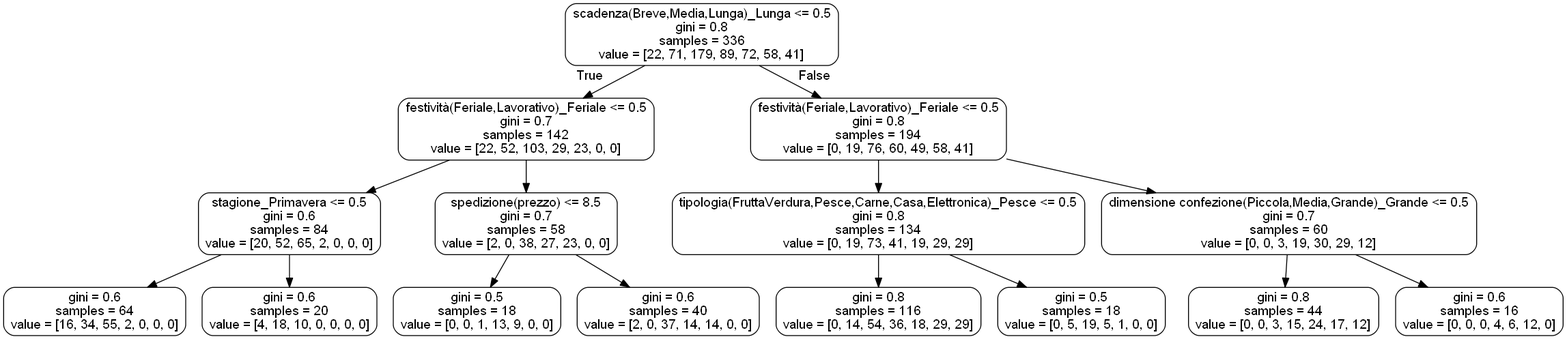
The Graphviz diagram modulo/small_tree.png in Ciro-Fusco/NewDM, before a commit. Its source is kept beside it as modulo/small_tree.dot.
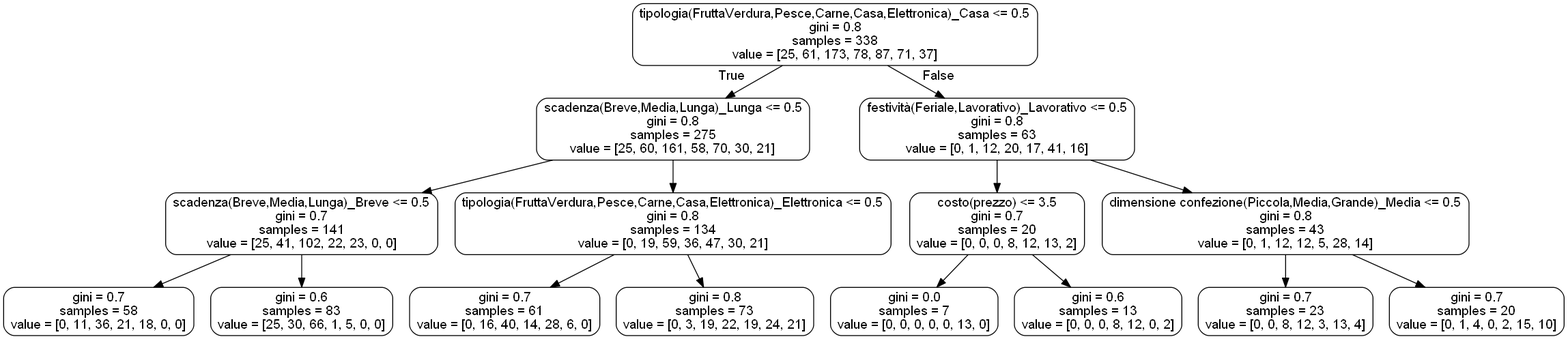
After the commit.

Change to the diagram source:
```diff
@@ -1,33 +1,33 @@
 digraph Tree {
 node [shape=box, style="rounded", color="black", fontname=helvetica] ;
 edge [fontname=helvetica] ;
-0 [label="scadenza(Breve,Media,Lunga)_Lunga <= 0.5\ngini = 0.8\nsamples = 336\nvalue = [22, 71, 179, 89, 72, 58, 41]"] ;
-1 [label="festività(Feriale,Lavorativo)_Feriale <= 0.5\ngini = 0.7\nsamples = 142\nvalue = [22, 52, 103, 29, 23, 0, 0]"] ;
+0 [label="tipologia(FruttaVerdura,Pesce,Carne,Casa,Elettronica)_Casa <= 0.5\ngini = 0.8\nsamples = 338\nvalue = [25, 61, 173, 78, 87, 71, 37]"] ;
+1 [label="scadenza(Breve,Media,Lunga)_Lunga <= 0.5\ngini = 0.8\nsamples = 275\nvalue = [25, 60, 161, 58, 70, 30, 21]"] ;
 0 -> 1 [labeldistance=2.5, labelangle=45, headlabel="True"] ;
-2 [label="stagione_Primavera <= 0.5\ngini = 0.6\nsamples = 84\nvalue = [20, 52, 65, 2, 0, 0, 0]"] ;
+2 [label="scadenza(Breve,Media,Lunga)_Breve <= 0.5\ngini = 0.7\nsamples = 141\nvalue = [25, 41, 102, 22, 23, 0, 0]"] ;
 1 -> 2 ;
-3 [label="gini = 0.6\nsamples = 64\nvalue = [16, 34, 55, 2, 0, 0, 0]"] ;
+3 [label="gini = 0.7\nsamples = 58\nvalue = [0, 11, 36, 21, 18, 0, 0]"] ;
 2 -> 3 ;
-4 [label="gini = 0.6\nsamples = 20\nvalue = [4, 18, 10, 0, 0, 0, 0]"] ;
+4 [label="gini = 0.6\nsamples = 83\nvalue = [25, 30, 66, 1, 5, 0, 0]"] ;
 2 -> 4 ;
-5 [label="spedizione(prezzo) <= 8.5\ngini = 0.7\nsamples = 58\nvalue = [2, 0, 38, 27, 23, 0, 0]"] ;
+5 [label="tipologia(FruttaVerdura,Pesce,Carne,Casa,Elettronica)_Elettronica <= 0.5\ngini = 0.8\nsamples = 134\nvalue = [0, 19, 59, 36, 47, 30, 21]"] ;
 1 -> 5 ;
-6 [label="gini = 0.5\nsamples = 18\nvalue = [0, 0, 1, 13, 9, 0, 0]"] ;
+6 [label="gini = 0.7\nsamples = 61\nvalue = [0, 16, 40, 14, 28, 6, 0]"] ;
 5 -> 6 ;
-7 [label="gini = 0.6\nsamples = 40\nvalue = [2, 0, 37, 14, 14, 0, 0]"] ;
+7 [label="gini = 0.8\nsamples = 73\nvalue = [0, 3, 19, 22, 19, 24, 21]"] ;
 5 -> 7 ;
-8 [label="festività(Feriale,Lavorativo)_Feriale <= 0.5\ngini = 0.8\nsamples = 194\nvalue = [0, 19, 76, 60, 49, 58, 41]"] ;
+8 [label="festività(Feriale,Lavorativo)_Lavorativo <= 0.5\ngini = 0.8\nsamples = 63\nvalue = [0, 1, 12, 20, 17, 41, 16]"] ;
 0 -> 8 [labeldistance=2.5, labelangle=-45, headlabel="False"] ;
-9 [label="tipologia(FruttaVerdura,Pesce,Carne,Casa,Elettronica)_Pesce <= 0.5\ngini = 0.8\nsamples = 134\nvalue = [0, 19, 73, 41, 19, 29, 29]"] ;
+9 [label="costo(prezzo) <= 3.5\ngini = 0.7\nsamples = 20\nvalue = [0, 0, 0, 8, 12, 13, 2]"] ;
 8 -> 9 ;
-10 [label="gini = 0.8\nsamples = 116\nvalue = [0, 14, 54, 36, 18, 29, 29]"] ;
+10 [label="gini = 0.0\nsamples = 7\nvalue = [0, 0, 0, 0, 0, 13, 0]"] ;
 9 -> 10 ;
-11 [label="gini = 0.5\nsamples = 18\nvalue = [0, 5, 19, 5, 1, 0, 0]"] ;
+11 [label="gini = 0.6\nsamples = 13\nvalue = [0, 0, 0, 8, 12, 0, 2]"] ;
 9 -> 11 ;
-12 [label="dimensione confezione(Piccola,Media,Grande)_Grande <= 0.5\ngini = 0.7\nsamples = 60\nvalue = [0, 0, 3, 19, 30, 29, 12]"] ;
+12 [label="dimensione confezione(Piccola,Media,Grande)_Media <= 0.5\ngini = 0.8\nsamples = 43\nvalue = [0, 1, 12, 12, 5, 28, 14]"] ;
 8 -> 12 ;
-13 [label="gini = 0.8\nsamples = 44\nvalue = [0, 0, 3, 15, 24, 17, 12]"] ;
+13 [label="gini = 0.7\nsamples = 23\nvalue = [0, 0, 8, 12, 3, 13, 4]"] ;
 12 -> 13 ;
-14 [label="gini = 0.6\nsamples = 16\nvalue = [0, 0, 0, 4, 6, 12, 0]"] ;
+14 [label="gini = 0.7\nsamples = 20\nvalue = [0, 1, 4, 0, 2, 15, 10]"] ;
 12 -> 14 ;
 }
```
